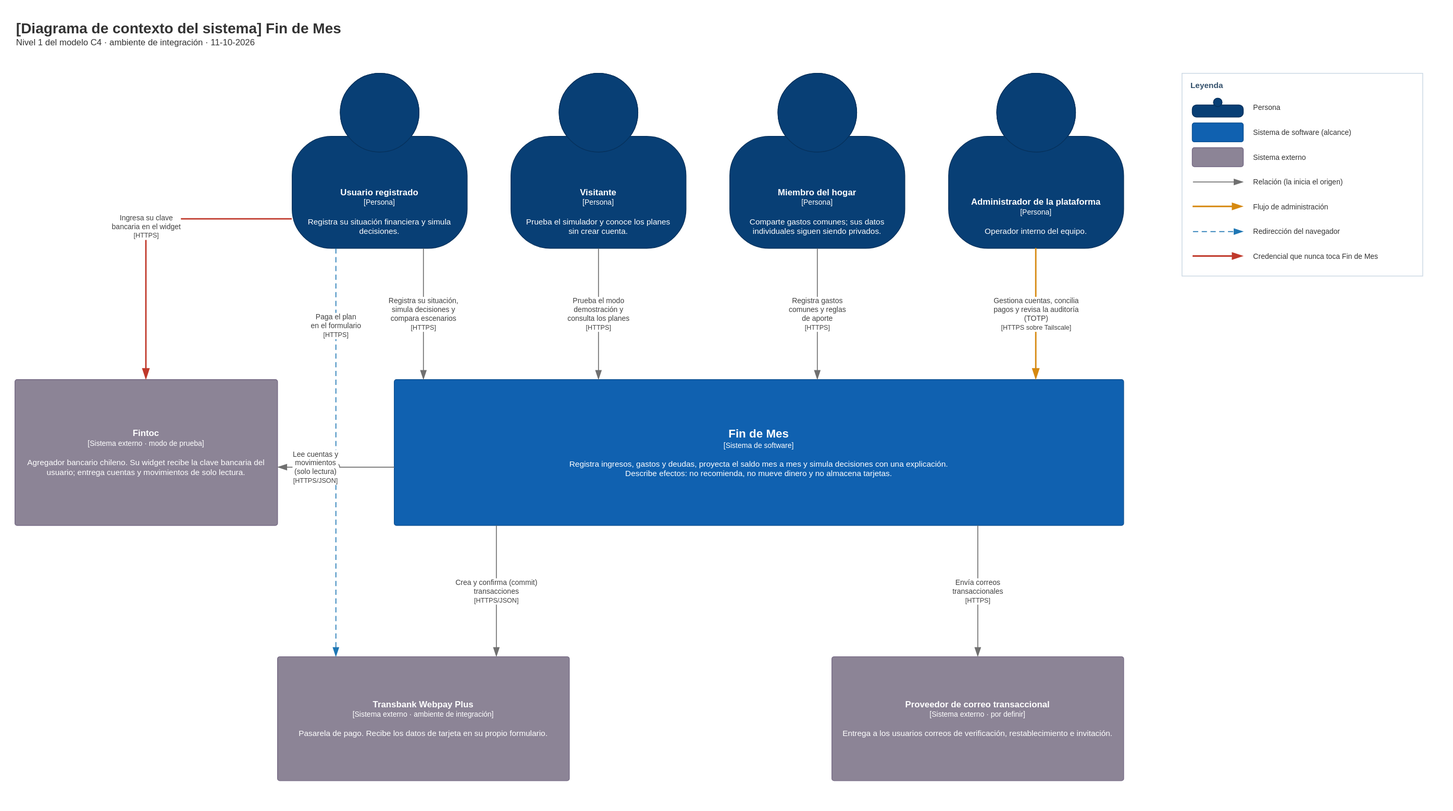
The draw.io diagram docs/diagrams/architecture/c4-1-contexto.drawio.svg in joaqovrs/findemes, before a commit. Source tidied: cells renumbered, new cells last; positions are measured from the earlier drawing's top-left corner, leaving out a move shared by most shapes.
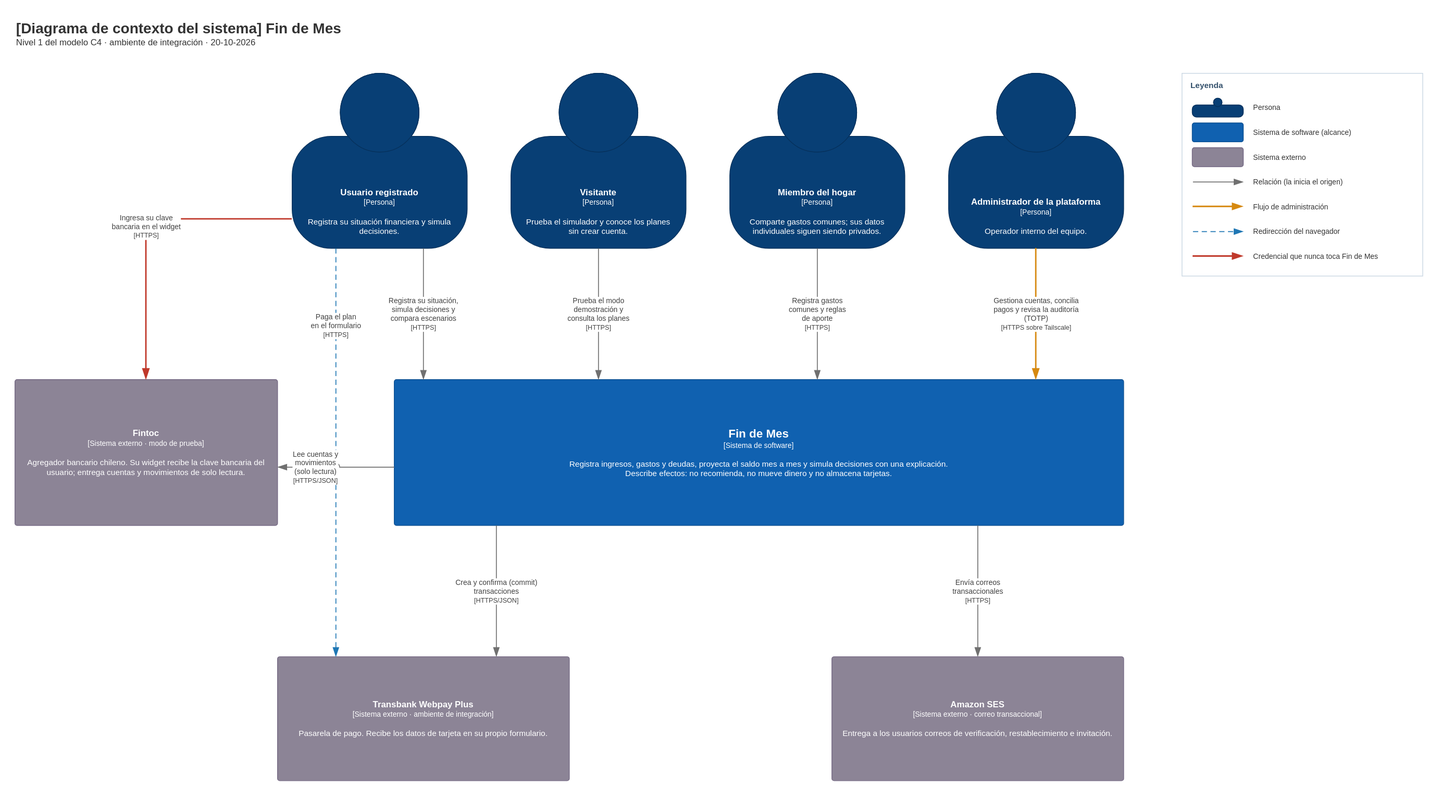
The same diagram one commit later.

Change to the diagram source:
```diff
@@ -2,7 +2,7 @@
   <root>
     <mxCell id="0" />
     <mxCell id="1" parent="0" />
-    <mxCell id="2" value="&lt;span style=&quot;font-size:20px&quot;&gt;&lt;b&gt;[Diagrama de contexto del sistema] Fin de Mes&lt;/b&gt;&lt;/span&gt;&lt;br&gt;Nivel 1 del modelo C4 · ambiente de integración · 11-10-2026" style="text;html=1;whiteSpace=wrap;align=left;verticalAlign=top;fontColor=#333333;" parent="1" vertex="1">
+    <mxCell id="2" value="&lt;span style=&quot;font-size:20px&quot;&gt;&lt;b&gt;[Diagrama de contexto del sistema] Fin de Mes&lt;/b&gt;&lt;/span&gt;&lt;br&gt;&lt;span style=&quot;font-size:12px&quot;&gt;Nivel 1 del modelo C4 · ambiente de integración · 20-10-2026&lt;/span&gt;" style="text;html=1;whiteSpace=wrap;align=left;verticalAlign=top;fontColor=#333333;" parent="1" vertex="1">
       <mxGeometry width="1400" height="60" as="geometry" />
     </mxCell>
     <mxCell id="3" value="&lt;b style=&quot;font-size:12px&quot;&gt;Usuario registrado&lt;/b&gt;&lt;br&gt;&lt;span style=&quot;font-size:10px&quot;&gt;[Persona]&lt;/span&gt;&lt;br&gt;&lt;br&gt;Registra su situación financiera y simula decisiones." style="html=1;fontSize=11;whiteSpace=wrap;fillColor=#083F75;strokeColor=#06315C;fontColor=#ffffff;shape=mxgraph.c4.person2;align=center;verticalAlign=bottom;spacingBottom=14;spacingLeft=12;spacingRight=12;" parent="1" vertex="1">
@@ -26,7 +26,7 @@
     <mxCell id="9" value="&lt;b style=&quot;font-size:12px&quot;&gt;Transbank Webpay Plus&lt;/b&gt;&lt;br&gt;&lt;span style=&quot;font-size:10px&quot;&gt;[Sistema externo · ambiente de integración]&lt;/span&gt;&lt;br&gt;&lt;br&gt;Pasarela de pago. Recibe los datos de tarjeta en su propio formulario." style="rounded=1;whiteSpace=wrap;html=1;arcSize=6;absoluteArcSize=1;labelBackgroundColor=none;align=center;verticalAlign=middle;spacing=8;fontSize=11;fillColor=#8C8496;strokeColor=#736782;fontColor=#ffffff;" parent="1" vertex="1">
       <mxGeometry x="360" y="880" width="400" height="170" as="geometry" />
     </mxCell>
-    <mxCell id="10" value="&lt;b style=&quot;font-size:12px&quot;&gt;Proveedor de correo transaccional&lt;/b&gt;&lt;br&gt;&lt;span style=&quot;font-size:10px&quot;&gt;[Sistema externo · por definir]&lt;/span&gt;&lt;br&gt;&lt;br&gt;Entrega a los usuarios correos de verificación, restablecimiento e invitación." style="rounded=1;whiteSpace=wrap;html=1;arcSize=6;absoluteArcSize=1;labelBackgroundColor=none;align=center;verticalAlign=middle;spacing=8;fontSize=11;fillColor=#8C8496;strokeColor=#736782;fontColor=#ffffff;" parent="1" vertex="1">
+    <mxCell id="10" value="&lt;b style=&quot;font-size:12px&quot;&gt;Amazon SES&lt;/b&gt;&lt;br&gt;&lt;span style=&quot;font-size:10px&quot;&gt;[Sistema externo · correo transaccional]&lt;/span&gt;&lt;br&gt;&lt;br&gt;Entrega a los usuarios correos de verificación, restablecimiento e invitación." style="rounded=1;whiteSpace=wrap;html=1;arcSize=6;absoluteArcSize=1;labelBackgroundColor=none;align=center;verticalAlign=middle;spacing=8;fontSize=11;fillColor=#8C8496;strokeColor=#736782;fontColor=#ffffff;" parent="1" vertex="1">
       <mxGeometry x="1120" y="880" width="400" height="170" as="geometry" />
     </mxCell>
     <mxCell id="11" value="Registra su situación,&lt;br&gt;simula decisiones y&lt;br&gt;compara escenarios&lt;br&gt;&lt;span style=&quot;font-size:9px&quot;&gt;[HTTPS]&lt;/span&gt;" style="endArrow=blockThin;endFill=1;endSize=10;html=1;fontSize=10;fontColor=#404040;strokeColor=#707070;strokeWidth=1.2;rounded=1;arcSize=8;edgeStyle=orthogonalEdgeStyle;jumpStyle=arc;jumpSize=10;labelBackgroundColor=#FFFFFF;exitX=0.75;exitY=1;exitDx=0;exitDy=0;entryX=0.04;entryY=0;entryDx=0;entryDy=0;" parent="1" edge="1" source="3" target="7">
```
